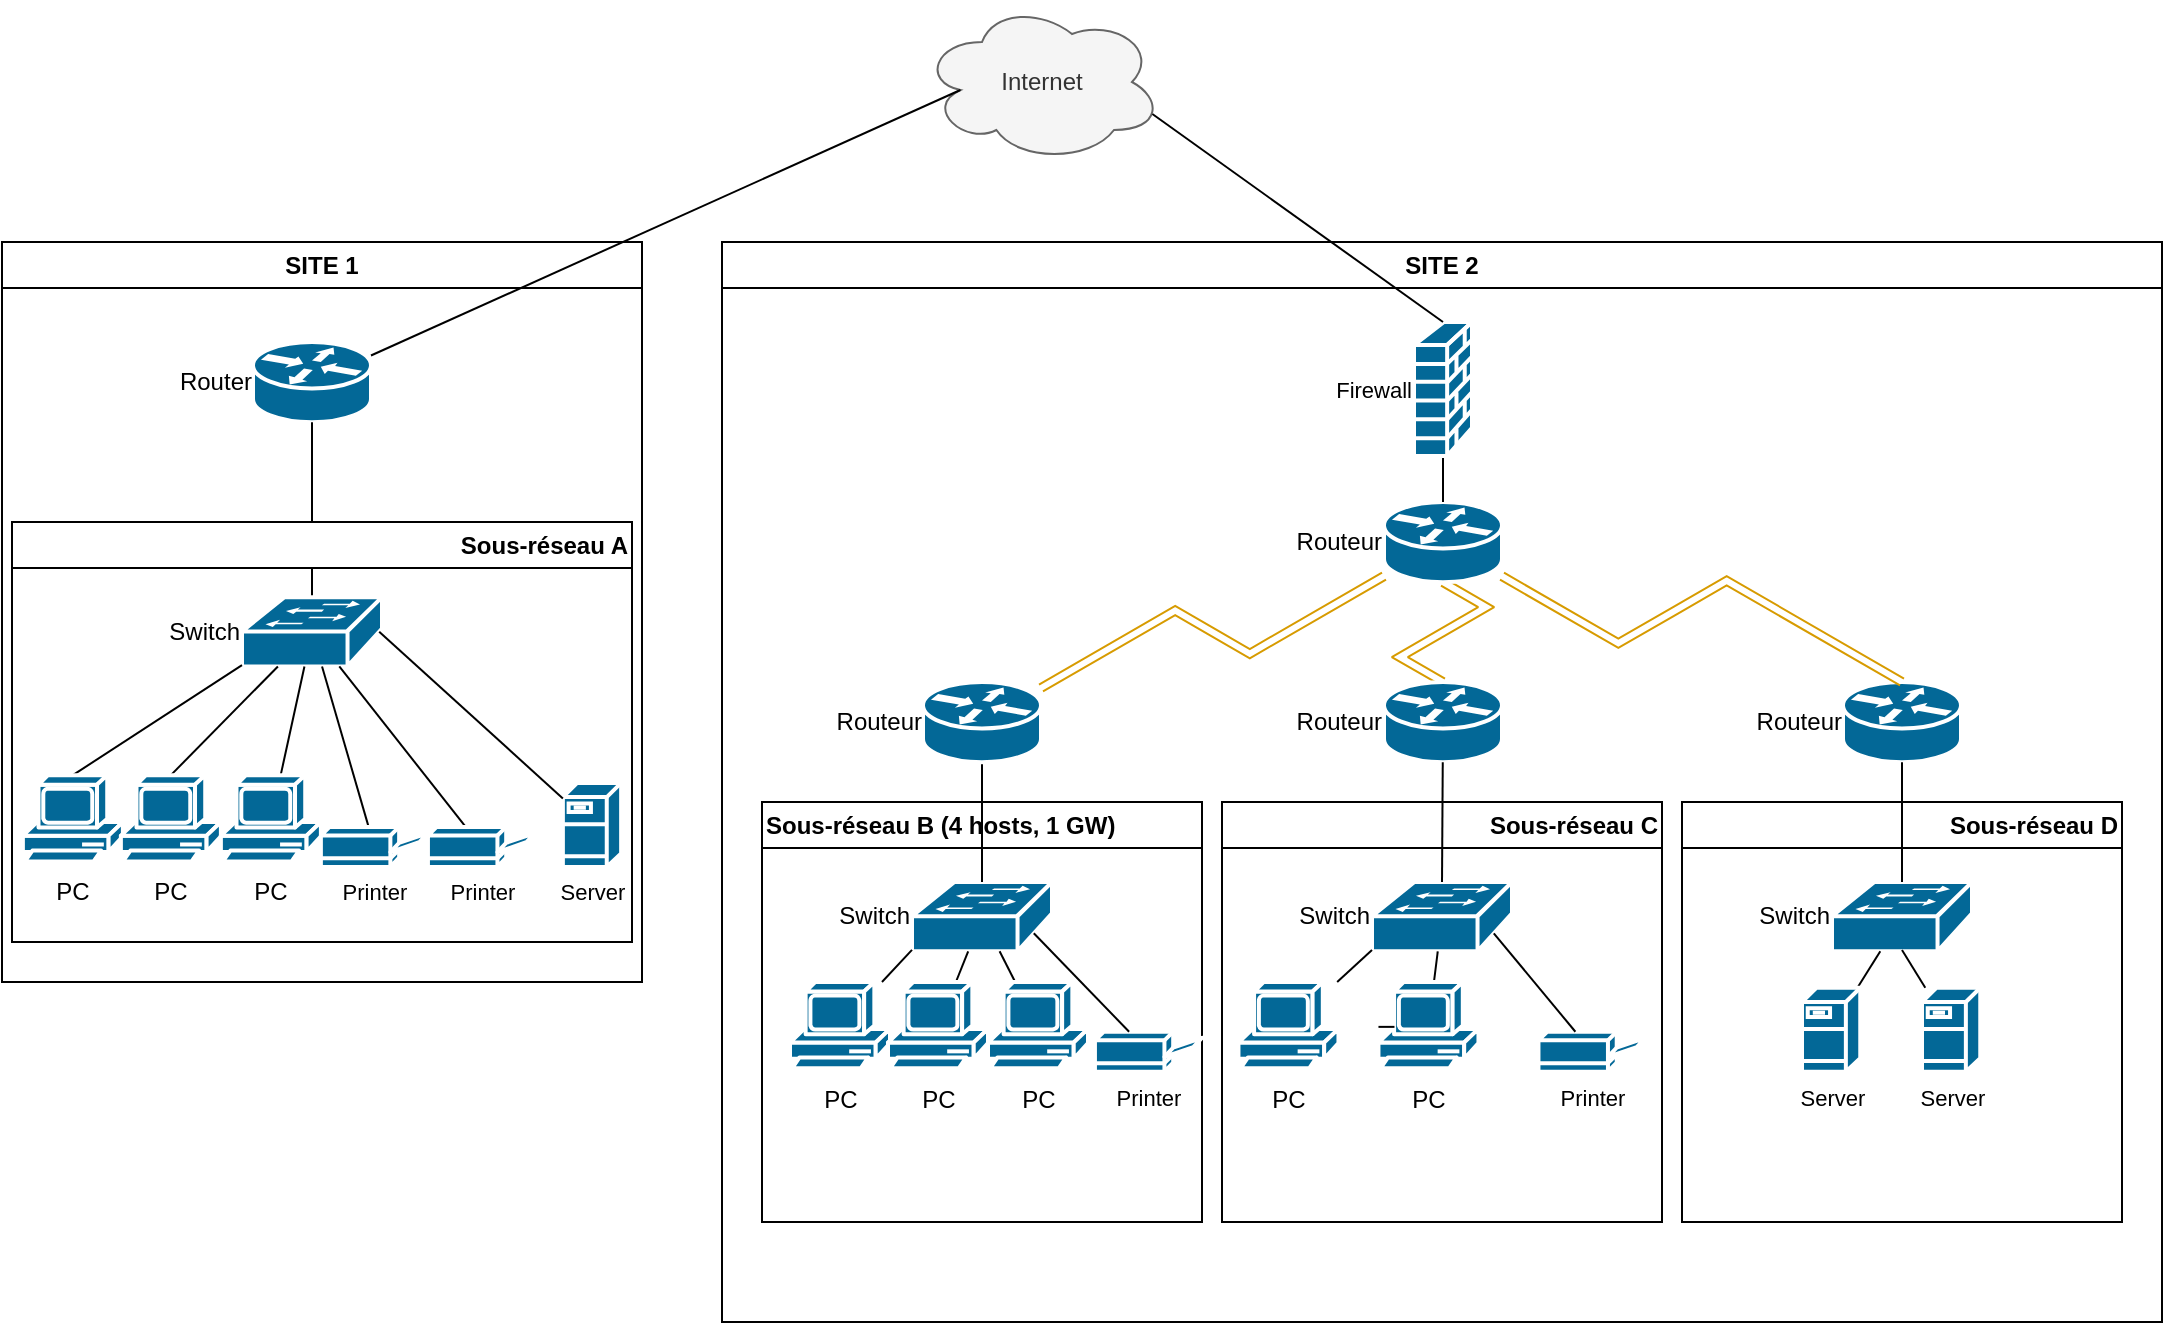
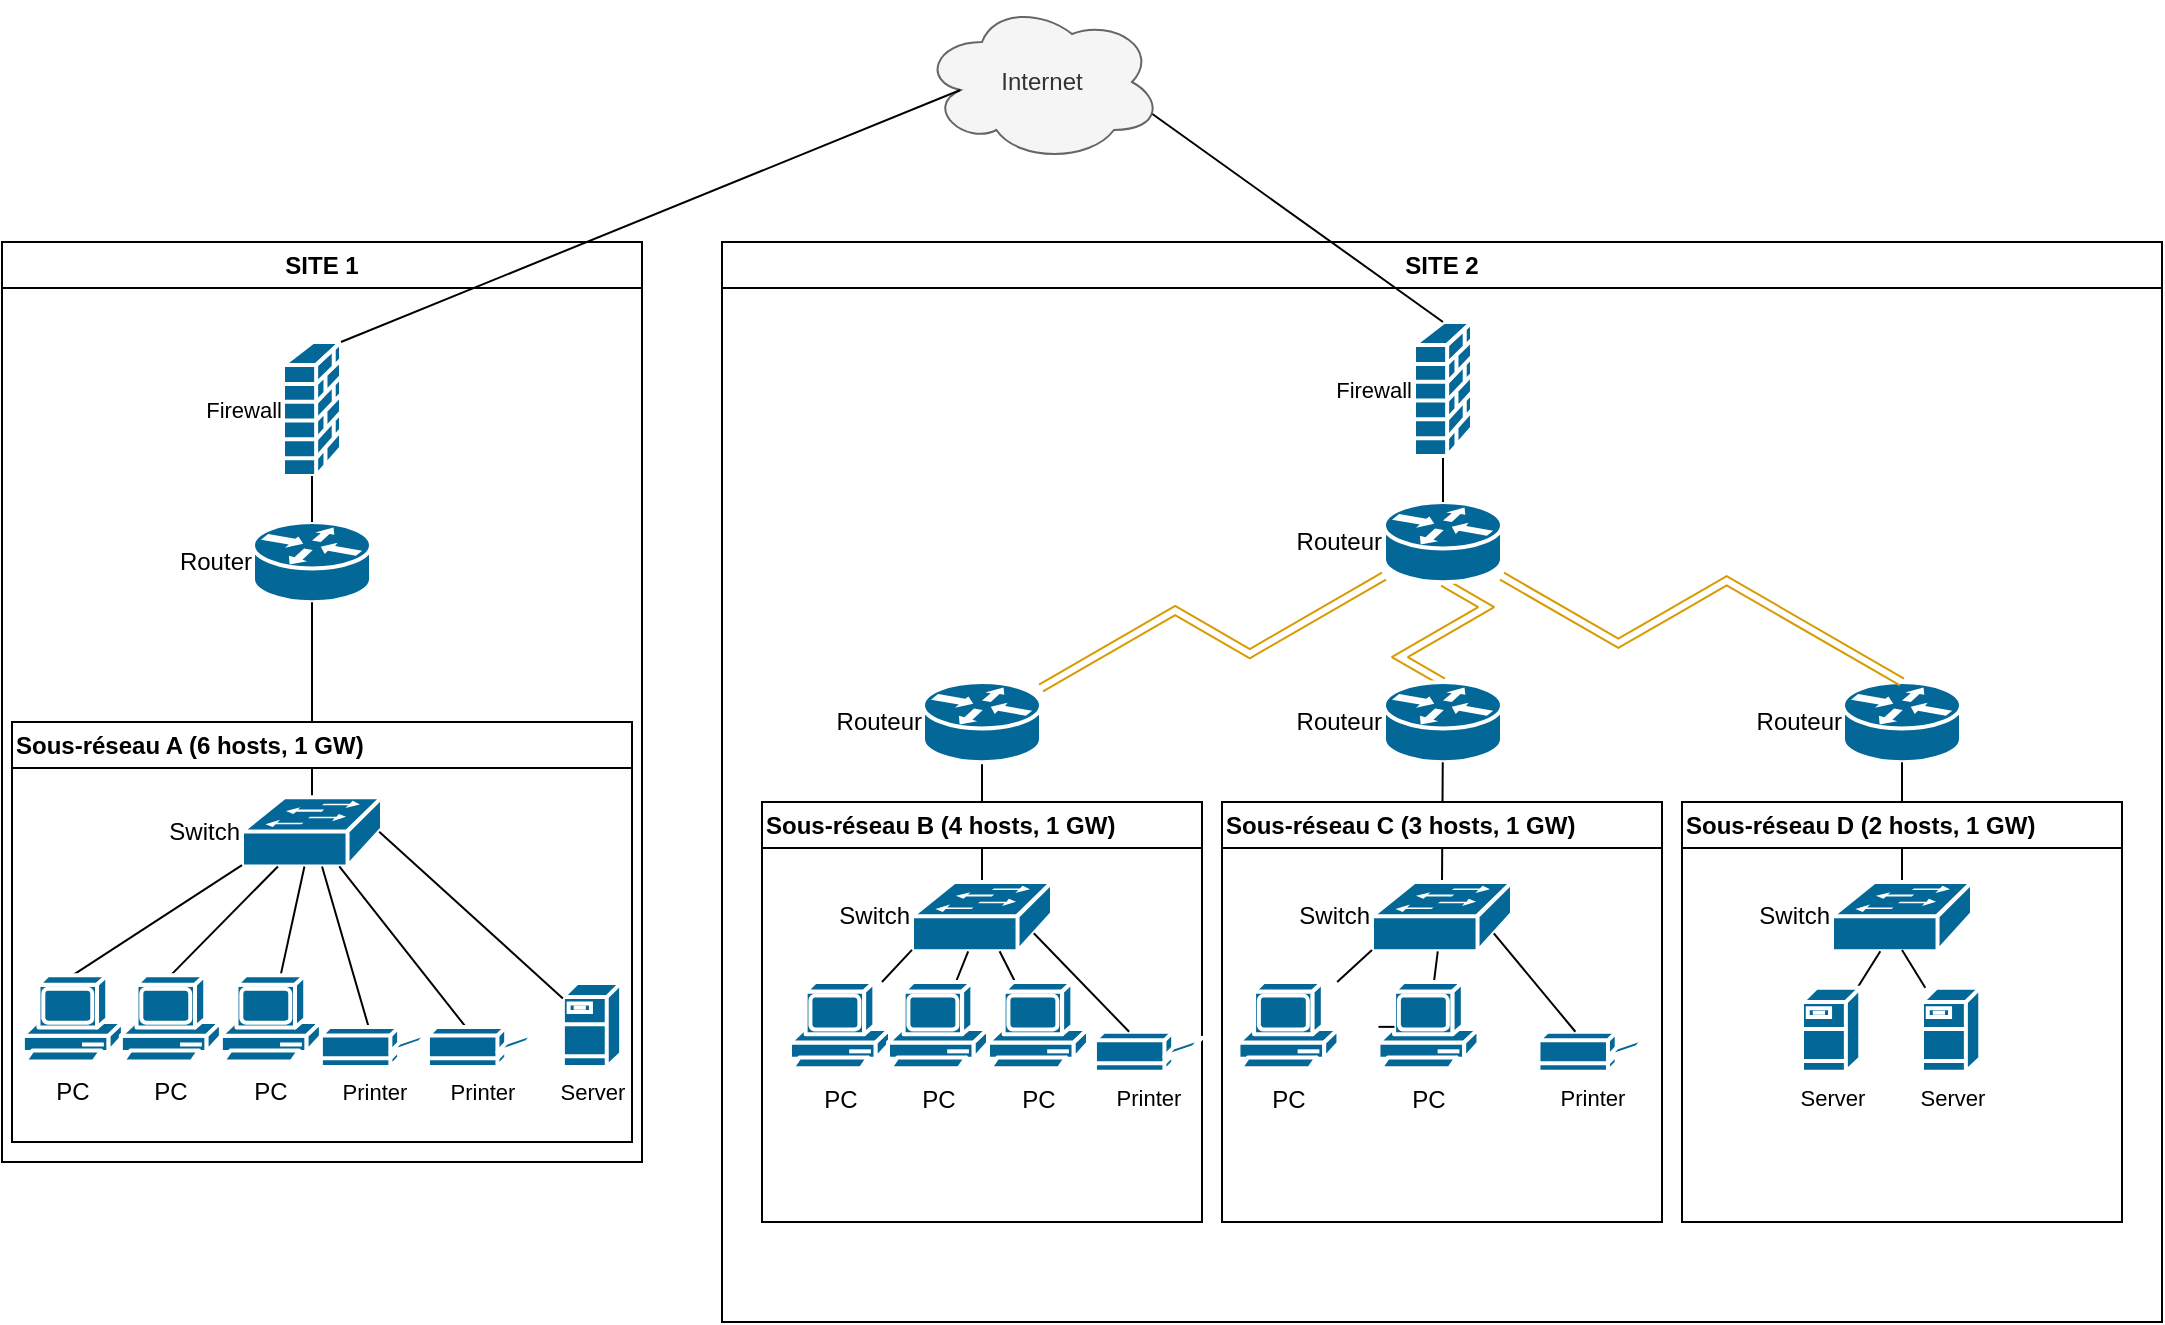
<mxfile host="app.diagrams.net">
  <diagram name="Page-1" id="ekn4VuCVdfrbBKzGEbSc">
-     <mxGraphModel dx="912" dy="449" grid="1" gridSize="10" guides="1" tooltips="1" connect="1" arrows="1" fold="1" page="1" pageScale="1" pageWidth="827" pageHeight="1169" math="0" shadow="0">
+     <mxGraphModel dx="1768" dy="870" grid="1" gridSize="10" guides="1" tooltips="1" connect="1" arrows="1" fold="1" page="1" pageScale="1" pageWidth="827" pageHeight="1169" math="0" shadow="0">
      <root>
        <mxCell id="0" />
        <mxCell id="1" parent="0" />
        <mxCell id="f7Ks8EoNQ2PZTetNXwv1-2496" parent="1" style="ellipse;shape=cloud;whiteSpace=wrap;html=1;fillColor=#f5f5f5;fontColor=#333333;strokeColor=#666666;" value="Internet" vertex="1">
-           <mxGeometry height="80" width="120" x="480" y="70" as="geometry" />
+           <mxGeometry height="80" width="120" x="730" y="90" as="geometry" />
        </mxCell>
        <mxCell id="f7Ks8EoNQ2PZTetNXwv1-2497" parent="1" style="swimlane;whiteSpace=wrap;html=1;startSize=23;" value="SITE 1" vertex="1">
-           <mxGeometry height="370" width="320" x="20" y="190" as="geometry" />
+           <mxGeometry height="460" width="320" x="270" y="210" as="geometry" />
        </mxCell>
        <mxCell id="f7Ks8EoNQ2PZTetNXwv1-2548" parent="f7Ks8EoNQ2PZTetNXwv1-2497" style="strokeColor=#ffffff;sketch=0;html=1;pointerEvents=1;dashed=0;fillColor=#036897;strokeWidth=2;verticalLabelPosition=middle;verticalAlign=middle;align=right;outlineConnect=0;shape=mxgraph.cisco.routers.router;labelBackgroundColor=none;labelPosition=left;" value="Router" vertex="1">
-           <mxGeometry height="40.09" width="59" x="125.5" y="50" as="geometry" />
+           <mxGeometry height="40.09" width="59" x="125.5" y="140" as="geometry" />
        </mxCell>
        <mxCell id="f7Ks8EoNQ2PZTetNXwv1-2555" edge="1" parent="f7Ks8EoNQ2PZTetNXwv1-2497" source="mVMcnRNJooNBmQ9YAk_B-56" style="edgeStyle=orthogonalEdgeStyle;rounded=0;orthogonalLoop=1;jettySize=auto;html=1;entryX=0.5;entryY=1;entryDx=0;entryDy=0;entryPerimeter=0;endArrow=none;endFill=0;" target="f7Ks8EoNQ2PZTetNXwv1-2548">
          <mxGeometry relative="1" as="geometry">
            <mxPoint x="160.0666666666666" y="130" as="sourcePoint" />
          </mxGeometry>
        </mxCell>
-         <mxCell id="mVMcnRNJooNBmQ9YAk_B-55" parent="f7Ks8EoNQ2PZTetNXwv1-2497" style="swimlane;whiteSpace=wrap;html=1;align=right;" value="&lt;div align=&quot;right&quot;&gt;Sous-réseau A&lt;/div&gt;" vertex="1">
-           <mxGeometry height="210" width="310" x="5" y="140" as="geometry" />
+         <mxCell id="mVMcnRNJooNBmQ9YAk_B-55" parent="f7Ks8EoNQ2PZTetNXwv1-2497" style="swimlane;whiteSpace=wrap;html=1;align=left;" value="&lt;div align=&quot;left&quot;&gt;Sous-réseau A (6 hosts, 1 GW)&lt;/div&gt;" vertex="1">
+           <mxGeometry height="210" width="310" x="5" y="240" as="geometry" />
        </mxCell>
        <mxCell id="mVMcnRNJooNBmQ9YAk_B-56" parent="mVMcnRNJooNBmQ9YAk_B-55" style="strokeColor=#ffffff;sketch=0;html=1;pointerEvents=1;dashed=0;fillColor=#036897;strokeWidth=2;verticalLabelPosition=middle;verticalAlign=middle;align=right;outlineConnect=0;shape=mxgraph.cisco.switches.workgroup_switch;labelPosition=left;" value="Switch" vertex="1">
          <mxGeometry height="34.65" width="70" x="115" y="37.57" as="geometry" />
        </mxCell>
        <mxCell id="mVMcnRNJooNBmQ9YAk_B-57" edge="1" parent="mVMcnRNJooNBmQ9YAk_B-55" source="mVMcnRNJooNBmQ9YAk_B-58" style="rounded=0;orthogonalLoop=1;jettySize=auto;html=1;startArrow=none;startFill=0;endArrow=none;endFill=0;entryX=0;entryY=0.98;entryDx=0;entryDy=0;entryPerimeter=0;exitX=0.5;exitY=0;exitDx=0;exitDy=0;exitPerimeter=0;" target="mVMcnRNJooNBmQ9YAk_B-56">
          <mxGeometry relative="1" as="geometry" />
        </mxCell>
        <mxCell id="mVMcnRNJooNBmQ9YAk_B-58" parent="mVMcnRNJooNBmQ9YAk_B-55" style="sketch=0;html=1;pointerEvents=1;dashed=0;fillColor=#036897;strokeColor=#ffffff;strokeWidth=2;verticalLabelPosition=bottom;verticalAlign=top;align=center;outlineConnect=0;shape=mxgraph.cisco.computers_and_peripherals.pc;" value="PC" vertex="1">
          <mxGeometry height="44.87" width="50" x="5.439999999999997" y="126.57" as="geometry" />
        </mxCell>
        <mxCell id="mVMcnRNJooNBmQ9YAk_B-59" edge="1" parent="mVMcnRNJooNBmQ9YAk_B-55" source="mVMcnRNJooNBmQ9YAk_B-60" style="rounded=0;orthogonalLoop=1;jettySize=auto;html=1;endArrow=none;endFill=0;exitX=0.5;exitY=0;exitDx=0;exitDy=0;exitPerimeter=0;" target="mVMcnRNJooNBmQ9YAk_B-56">
          <mxGeometry relative="1" as="geometry" />
        </mxCell>
        <mxCell id="mVMcnRNJooNBmQ9YAk_B-60" parent="mVMcnRNJooNBmQ9YAk_B-55" style="sketch=0;html=1;pointerEvents=1;dashed=0;fillColor=#036897;strokeColor=#ffffff;strokeWidth=2;verticalLabelPosition=bottom;verticalAlign=top;align=center;outlineConnect=0;shape=mxgraph.cisco.computers_and_peripherals.pc;" value="PC" vertex="1">
          <mxGeometry height="44.87" width="50" x="54.44" y="126.57" as="geometry" />
        </mxCell>
        <mxCell id="mVMcnRNJooNBmQ9YAk_B-61" edge="1" parent="mVMcnRNJooNBmQ9YAk_B-55" source="mVMcnRNJooNBmQ9YAk_B-62" style="edgeStyle=none;shape=connector;rounded=0;orthogonalLoop=1;jettySize=auto;html=1;strokeColor=default;align=center;verticalAlign=middle;fontFamily=Helvetica;fontSize=11;fontColor=default;labelBackgroundColor=default;endArrow=none;endFill=0;" target="mVMcnRNJooNBmQ9YAk_B-56">
          <mxGeometry relative="1" as="geometry" />
        </mxCell>
        <mxCell id="mVMcnRNJooNBmQ9YAk_B-62" parent="mVMcnRNJooNBmQ9YAk_B-55" style="sketch=0;html=1;pointerEvents=1;dashed=0;fillColor=#036897;strokeColor=#ffffff;strokeWidth=2;verticalLabelPosition=bottom;verticalAlign=top;align=center;outlineConnect=0;shape=mxgraph.cisco.computers_and_peripherals.pc;" value="PC" vertex="1">
          <mxGeometry height="44.87" width="50" x="104.44" y="126.57" as="geometry" />
        </mxCell>
        <mxCell id="mVMcnRNJooNBmQ9YAk_B-63" edge="1" parent="mVMcnRNJooNBmQ9YAk_B-55" source="mVMcnRNJooNBmQ9YAk_B-64" style="edgeStyle=none;shape=connector;rounded=0;orthogonalLoop=1;jettySize=auto;html=1;strokeColor=default;align=center;verticalAlign=middle;fontFamily=Helvetica;fontSize=11;fontColor=default;labelBackgroundColor=default;endArrow=none;endFill=0;" target="mVMcnRNJooNBmQ9YAk_B-56">
          <mxGeometry relative="1" as="geometry" />
        </mxCell>
        <mxCell id="mVMcnRNJooNBmQ9YAk_B-64" parent="mVMcnRNJooNBmQ9YAk_B-55" style="sketch=0;html=1;pointerEvents=1;dashed=0;fillColor=#036897;strokeColor=#ffffff;strokeWidth=2;verticalLabelPosition=bottom;verticalAlign=top;align=center;outlineConnect=0;shape=mxgraph.cisco.computers_and_peripherals.printer;fontFamily=Helvetica;fontSize=11;fontColor=default;labelBackgroundColor=default;" value="Printer" vertex="1">
          <mxGeometry height="20" width="53.53" x="207.96999999999997" y="152.44" as="geometry" />
        </mxCell>
        <mxCell id="mVMcnRNJooNBmQ9YAk_B-65" edge="1" parent="mVMcnRNJooNBmQ9YAk_B-55" source="mVMcnRNJooNBmQ9YAk_B-66" style="edgeStyle=none;shape=connector;rounded=0;orthogonalLoop=1;jettySize=auto;html=1;strokeColor=default;align=center;verticalAlign=middle;fontFamily=Helvetica;fontSize=11;fontColor=default;labelBackgroundColor=default;endArrow=none;endFill=0;" target="mVMcnRNJooNBmQ9YAk_B-56">
          <mxGeometry relative="1" as="geometry" />
        </mxCell>
        <mxCell id="mVMcnRNJooNBmQ9YAk_B-66" parent="mVMcnRNJooNBmQ9YAk_B-55" style="sketch=0;html=1;pointerEvents=1;dashed=0;fillColor=#036897;strokeColor=#ffffff;strokeWidth=2;verticalLabelPosition=bottom;verticalAlign=top;align=center;outlineConnect=0;shape=mxgraph.cisco.computers_and_peripherals.printer;fontFamily=Helvetica;fontSize=11;fontColor=default;labelBackgroundColor=default;" value="Printer" vertex="1">
          <mxGeometry height="20" width="53.53" x="154.44" y="152.44" as="geometry" />
        </mxCell>
        <mxCell id="mVMcnRNJooNBmQ9YAk_B-67" parent="mVMcnRNJooNBmQ9YAk_B-55" style="strokeColor=#ffffff;sketch=0;html=1;pointerEvents=1;dashed=0;fillColor=#036897;strokeWidth=2;verticalLabelPosition=bottom;verticalAlign=top;align=center;outlineConnect=0;shape=mxgraph.cisco.servers.fileserver;fontFamily=Helvetica;fontSize=11;fontColor=default;labelBackgroundColor=default;" value="Server" vertex="1">
          <mxGeometry height="42" width="29.13" x="275.44" y="130.44" as="geometry" />
        </mxCell>
        <mxCell id="mVMcnRNJooNBmQ9YAk_B-68" edge="1" parent="mVMcnRNJooNBmQ9YAk_B-55" source="mVMcnRNJooNBmQ9YAk_B-67" style="edgeStyle=none;shape=connector;rounded=0;orthogonalLoop=1;jettySize=auto;html=1;entryX=0.98;entryY=0.5;entryDx=0;entryDy=0;entryPerimeter=0;strokeColor=default;align=center;verticalAlign=middle;fontFamily=Helvetica;fontSize=11;fontColor=default;labelBackgroundColor=default;endArrow=none;endFill=0;" target="mVMcnRNJooNBmQ9YAk_B-56">
          <mxGeometry relative="1" as="geometry" />
        </mxCell>
+         <mxCell id="mVMcnRNJooNBmQ9YAk_B-94" parent="f7Ks8EoNQ2PZTetNXwv1-2497" style="strokeColor=#ffffff;sketch=0;html=1;pointerEvents=1;dashed=0;fillColor=#036897;strokeWidth=2;verticalLabelPosition=middle;verticalAlign=middle;align=right;outlineConnect=0;shape=mxgraph.cisco.security.firewall;fontFamily=Helvetica;fontSize=11;fontColor=default;labelBackgroundColor=default;labelPosition=left;" value="Firewall" vertex="1">
+           <mxGeometry height="67" width="28.999999999999996" x="140.5" y="50" as="geometry" />
+         </mxCell>
+         <mxCell id="mVMcnRNJooNBmQ9YAk_B-96" edge="1" parent="f7Ks8EoNQ2PZTetNXwv1-2497" source="f7Ks8EoNQ2PZTetNXwv1-2548" style="edgeStyle=none;shape=connector;rounded=0;orthogonalLoop=1;jettySize=auto;html=1;entryX=0.5;entryY=1;entryDx=0;entryDy=0;entryPerimeter=0;strokeColor=default;align=center;verticalAlign=middle;fontFamily=Helvetica;fontSize=11;fontColor=default;labelBackgroundColor=default;endArrow=none;endFill=0;" target="mVMcnRNJooNBmQ9YAk_B-94">
+           <mxGeometry relative="1" as="geometry" />
+         </mxCell>
        <mxCell id="f7Ks8EoNQ2PZTetNXwv1-2513" parent="1" style="swimlane;whiteSpace=wrap;html=1;startSize=23;" value="SITE 2" vertex="1">
-           <mxGeometry height="540" width="720" x="380" y="190" as="geometry">
+           <mxGeometry height="540" width="720" x="630" y="210" as="geometry">
            <mxRectangle height="30" width="80" x="380" y="190" as="alternateBounds" />
          </mxGeometry>
-         </mxCell>
-         <mxCell id="f7Ks8EoNQ2PZTetNXwv1-2515" parent="f7Ks8EoNQ2PZTetNXwv1-2513" style="swimlane;whiteSpace=wrap;html=1;align=left;" value="&lt;div align=&quot;left&quot;&gt;Sous-réseau B (4 hosts, 1 GW)&lt;/div&gt;" vertex="1">
-           <mxGeometry height="210" width="220" x="20" y="280" as="geometry" />
-         </mxCell>
-         <mxCell id="f7Ks8EoNQ2PZTetNXwv1-2570" parent="f7Ks8EoNQ2PZTetNXwv1-2515" style="strokeColor=#ffffff;sketch=0;html=1;pointerEvents=1;dashed=0;fillColor=#036897;strokeWidth=2;verticalLabelPosition=middle;verticalAlign=middle;align=right;outlineConnect=0;shape=mxgraph.cisco.switches.workgroup_switch;labelPosition=left;" value="Switch" vertex="1">
-           <mxGeometry height="34.65" width="70" x="75" y="40" as="geometry" />
-         </mxCell>
-         <mxCell id="f7Ks8EoNQ2PZTetNXwv1-2576" parent="f7Ks8EoNQ2PZTetNXwv1-2515" style="sketch=0;html=1;pointerEvents=1;dashed=0;fillColor=#036897;strokeColor=#ffffff;strokeWidth=2;verticalLabelPosition=bottom;verticalAlign=top;align=center;outlineConnect=0;shape=mxgraph.cisco.computers_and_peripherals.pc;" value="PC" vertex="1">
-           <mxGeometry height="44.87" width="50" x="14" y="90" as="geometry" />
-         </mxCell>
-         <mxCell id="f7Ks8EoNQ2PZTetNXwv1-2587" edge="1" parent="f7Ks8EoNQ2PZTetNXwv1-2515" source="f7Ks8EoNQ2PZTetNXwv1-2577" style="edgeStyle=none;shape=connector;rounded=0;orthogonalLoop=1;jettySize=auto;html=1;strokeColor=default;align=center;verticalAlign=middle;fontFamily=Helvetica;fontSize=11;fontColor=default;labelBackgroundColor=default;endArrow=none;endFill=0;" target="f7Ks8EoNQ2PZTetNXwv1-2570" value="">
-           <mxGeometry relative="1" as="geometry" />
-         </mxCell>
-         <mxCell id="f7Ks8EoNQ2PZTetNXwv1-2577" parent="f7Ks8EoNQ2PZTetNXwv1-2515" style="sketch=0;html=1;pointerEvents=1;dashed=0;fillColor=#036897;strokeColor=#ffffff;strokeWidth=2;verticalLabelPosition=bottom;verticalAlign=top;align=center;outlineConnect=0;shape=mxgraph.cisco.computers_and_peripherals.pc;" value="PC" vertex="1">
-           <mxGeometry height="44.87" width="50" x="63" y="90" as="geometry" />
-         </mxCell>
-         <mxCell id="f7Ks8EoNQ2PZTetNXwv1-2588" edge="1" parent="f7Ks8EoNQ2PZTetNXwv1-2515" source="f7Ks8EoNQ2PZTetNXwv1-2578" style="edgeStyle=none;shape=connector;rounded=0;orthogonalLoop=1;jettySize=auto;html=1;strokeColor=default;align=center;verticalAlign=middle;fontFamily=Helvetica;fontSize=11;fontColor=default;labelBackgroundColor=default;endArrow=none;endFill=0;" target="f7Ks8EoNQ2PZTetNXwv1-2570">
-           <mxGeometry relative="1" as="geometry" />
-         </mxCell>
-         <mxCell id="f7Ks8EoNQ2PZTetNXwv1-2578" parent="f7Ks8EoNQ2PZTetNXwv1-2515" style="sketch=0;html=1;pointerEvents=1;dashed=0;fillColor=#036897;strokeColor=#ffffff;strokeWidth=2;verticalLabelPosition=bottom;verticalAlign=top;align=center;outlineConnect=0;shape=mxgraph.cisco.computers_and_peripherals.pc;" value="PC" vertex="1">
-           <mxGeometry height="44.87" width="50" x="113" y="90" as="geometry" />
-         </mxCell>
-         <mxCell id="f7Ks8EoNQ2PZTetNXwv1-2583" parent="f7Ks8EoNQ2PZTetNXwv1-2515" style="sketch=0;html=1;pointerEvents=1;dashed=0;fillColor=#036897;strokeColor=#ffffff;strokeWidth=2;verticalLabelPosition=bottom;verticalAlign=top;align=center;outlineConnect=0;shape=mxgraph.cisco.computers_and_peripherals.printer;fontFamily=Helvetica;fontSize=11;fontColor=default;labelBackgroundColor=default;" value="Printer" vertex="1">
-           <mxGeometry height="20" width="53.53" x="166.47000000000003" y="114.87" as="geometry" />
-         </mxCell>
-         <mxCell id="f7Ks8EoNQ2PZTetNXwv1-2586" edge="1" parent="f7Ks8EoNQ2PZTetNXwv1-2515" source="f7Ks8EoNQ2PZTetNXwv1-2576" style="edgeStyle=none;shape=connector;rounded=0;orthogonalLoop=1;jettySize=auto;html=1;entryX=0;entryY=0.98;entryDx=0;entryDy=0;entryPerimeter=0;strokeColor=default;align=center;verticalAlign=middle;fontFamily=Helvetica;fontSize=11;fontColor=default;labelBackgroundColor=default;endArrow=none;endFill=0;" target="f7Ks8EoNQ2PZTetNXwv1-2570">
-           <mxGeometry relative="1" as="geometry" />
-         </mxCell>
-         <mxCell id="f7Ks8EoNQ2PZTetNXwv1-2589" edge="1" parent="f7Ks8EoNQ2PZTetNXwv1-2515" source="f7Ks8EoNQ2PZTetNXwv1-2583" style="edgeStyle=none;shape=connector;rounded=0;orthogonalLoop=1;jettySize=auto;html=1;entryX=0.87;entryY=0.74;entryDx=0;entryDy=0;entryPerimeter=0;strokeColor=default;align=center;verticalAlign=middle;fontFamily=Helvetica;fontSize=11;fontColor=default;labelBackgroundColor=default;endArrow=none;endFill=0;" target="f7Ks8EoNQ2PZTetNXwv1-2570">
-           <mxGeometry relative="1" as="geometry" />
-         </mxCell>
-         <mxCell id="f7Ks8EoNQ2PZTetNXwv1-2526" parent="f7Ks8EoNQ2PZTetNXwv1-2513" style="swimlane;whiteSpace=wrap;html=1;align=right;" value="&lt;div align=&quot;right&quot;&gt;Sous-réseau C&lt;/div&gt;" vertex="1">
-           <mxGeometry height="210" width="220" x="250" y="280" as="geometry" />
-         </mxCell>
-         <mxCell id="f7Ks8EoNQ2PZTetNXwv1-2571" parent="f7Ks8EoNQ2PZTetNXwv1-2526" style="strokeColor=#ffffff;sketch=0;html=1;pointerEvents=1;dashed=0;fillColor=#036897;strokeWidth=2;verticalLabelPosition=middle;verticalAlign=middle;align=right;outlineConnect=0;shape=mxgraph.cisco.switches.workgroup_switch;labelPosition=left;" value="Switch" vertex="1">
-           <mxGeometry height="34.65" width="70" x="75" y="40" as="geometry" />
-         </mxCell>
-         <mxCell id="f7Ks8EoNQ2PZTetNXwv1-2590" edge="1" parent="f7Ks8EoNQ2PZTetNXwv1-2526" source="f7Ks8EoNQ2PZTetNXwv1-2579" style="edgeStyle=none;shape=connector;rounded=0;orthogonalLoop=1;jettySize=auto;html=1;strokeColor=default;align=center;verticalAlign=middle;fontFamily=Helvetica;fontSize=11;fontColor=default;labelBackgroundColor=default;endArrow=none;endFill=0;entryX=0;entryY=0.98;entryDx=0;entryDy=0;entryPerimeter=0;" target="f7Ks8EoNQ2PZTetNXwv1-2571">
-           <mxGeometry relative="1" as="geometry" />
-         </mxCell>
-         <mxCell id="f7Ks8EoNQ2PZTetNXwv1-2579" parent="f7Ks8EoNQ2PZTetNXwv1-2526" style="sketch=0;html=1;pointerEvents=1;dashed=0;fillColor=#036897;strokeColor=#ffffff;strokeWidth=2;verticalLabelPosition=bottom;verticalAlign=top;align=center;outlineConnect=0;shape=mxgraph.cisco.computers_and_peripherals.pc;" value="PC" vertex="1">
-           <mxGeometry height="44.87" width="50" x="8.23" y="90" as="geometry" />
-         </mxCell>
-         <mxCell id="f7Ks8EoNQ2PZTetNXwv1-2591" edge="1" parent="f7Ks8EoNQ2PZTetNXwv1-2526" source="f7Ks8EoNQ2PZTetNXwv1-2580" style="edgeStyle=none;shape=connector;rounded=0;orthogonalLoop=1;jettySize=auto;html=1;strokeColor=default;align=center;verticalAlign=middle;fontFamily=Helvetica;fontSize=11;fontColor=default;labelBackgroundColor=default;endArrow=none;endFill=0;" target="f7Ks8EoNQ2PZTetNXwv1-2571">
-           <mxGeometry relative="1" as="geometry" />
-         </mxCell>
-         <mxCell id="f7Ks8EoNQ2PZTetNXwv1-2580" parent="f7Ks8EoNQ2PZTetNXwv1-2526" style="sketch=0;html=1;pointerEvents=1;dashed=0;fillColor=#036897;strokeColor=#ffffff;strokeWidth=2;verticalLabelPosition=bottom;verticalAlign=top;align=center;outlineConnect=0;shape=mxgraph.cisco.computers_and_peripherals.pc;" value="PC" vertex="1">
-           <mxGeometry height="44.87" width="50" x="78.23" y="90" as="geometry" />
-         </mxCell>
-         <mxCell id="f7Ks8EoNQ2PZTetNXwv1-2582" edge="1" parent="f7Ks8EoNQ2PZTetNXwv1-2526" source="f7Ks8EoNQ2PZTetNXwv1-2580" style="edgeStyle=none;shape=connector;rounded=0;orthogonalLoop=1;jettySize=auto;html=1;exitX=0.16;exitY=0.5;exitDx=0;exitDy=0;exitPerimeter=0;strokeColor=default;align=center;verticalAlign=middle;fontFamily=Helvetica;fontSize=11;fontColor=default;labelBackgroundColor=default;endArrow=none;endFill=0;" target="f7Ks8EoNQ2PZTetNXwv1-2580">
-           <mxGeometry relative="1" as="geometry" />
-         </mxCell>
-         <mxCell id="f7Ks8EoNQ2PZTetNXwv1-2584" parent="f7Ks8EoNQ2PZTetNXwv1-2526" style="sketch=0;html=1;pointerEvents=1;dashed=0;fillColor=#036897;strokeColor=#ffffff;strokeWidth=2;verticalLabelPosition=bottom;verticalAlign=top;align=center;outlineConnect=0;shape=mxgraph.cisco.computers_and_peripherals.printer;fontFamily=Helvetica;fontSize=11;fontColor=default;labelBackgroundColor=default;" value="Printer" vertex="1">
-           <mxGeometry height="20" width="53.53" x="158.23" y="114.87" as="geometry" />
-         </mxCell>
-         <mxCell id="f7Ks8EoNQ2PZTetNXwv1-2592" edge="1" parent="f7Ks8EoNQ2PZTetNXwv1-2526" source="f7Ks8EoNQ2PZTetNXwv1-2584" style="edgeStyle=none;shape=connector;rounded=0;orthogonalLoop=1;jettySize=auto;html=1;entryX=0.87;entryY=0.74;entryDx=0;entryDy=0;entryPerimeter=0;strokeColor=default;align=center;verticalAlign=middle;fontFamily=Helvetica;fontSize=11;fontColor=default;labelBackgroundColor=default;endArrow=none;endFill=0;" target="f7Ks8EoNQ2PZTetNXwv1-2571">
-           <mxGeometry relative="1" as="geometry" />
-         </mxCell>
-         <mxCell id="f7Ks8EoNQ2PZTetNXwv1-2537" parent="f7Ks8EoNQ2PZTetNXwv1-2513" style="swimlane;whiteSpace=wrap;html=1;align=right;" value="&lt;div align=&quot;right&quot;&gt;Sous-réseau D&lt;/div&gt;" vertex="1">
-           <mxGeometry height="210" width="220" x="480" y="280" as="geometry" />
-         </mxCell>
-         <mxCell id="f7Ks8EoNQ2PZTetNXwv1-2572" parent="f7Ks8EoNQ2PZTetNXwv1-2537" style="strokeColor=#ffffff;sketch=0;html=1;pointerEvents=1;dashed=0;fillColor=#036897;strokeWidth=2;verticalLabelPosition=middle;verticalAlign=middle;align=right;outlineConnect=0;shape=mxgraph.cisco.switches.workgroup_switch;labelPosition=left;" value="Switch" vertex="1">
-           <mxGeometry height="34.65" width="70" x="75" y="40" as="geometry" />
-         </mxCell>
-         <mxCell id="f7Ks8EoNQ2PZTetNXwv1-2595" edge="1" parent="f7Ks8EoNQ2PZTetNXwv1-2537" source="f7Ks8EoNQ2PZTetNXwv1-2594" style="edgeStyle=none;shape=connector;rounded=0;orthogonalLoop=1;jettySize=auto;html=1;strokeColor=default;align=center;verticalAlign=middle;fontFamily=Helvetica;fontSize=11;fontColor=default;labelBackgroundColor=default;endArrow=none;endFill=0;" target="f7Ks8EoNQ2PZTetNXwv1-2572">
-           <mxGeometry relative="1" as="geometry" />
-         </mxCell>
-         <mxCell id="f7Ks8EoNQ2PZTetNXwv1-2594" parent="f7Ks8EoNQ2PZTetNXwv1-2537" style="strokeColor=#ffffff;sketch=0;html=1;pointerEvents=1;dashed=0;fillColor=#036897;strokeWidth=2;verticalLabelPosition=bottom;verticalAlign=top;align=center;outlineConnect=0;shape=mxgraph.cisco.servers.fileserver;fontFamily=Helvetica;fontSize=11;fontColor=default;labelBackgroundColor=default;" value="Server" vertex="1">
-           <mxGeometry height="42" width="29.13" x="60" y="92.87" as="geometry" />
-         </mxCell>
-         <mxCell id="f7Ks8EoNQ2PZTetNXwv1-2593" parent="f7Ks8EoNQ2PZTetNXwv1-2537" style="strokeColor=#ffffff;sketch=0;html=1;pointerEvents=1;dashed=0;fillColor=#036897;strokeWidth=2;verticalLabelPosition=bottom;verticalAlign=top;align=center;outlineConnect=0;shape=mxgraph.cisco.servers.fileserver;fontFamily=Helvetica;fontSize=11;fontColor=default;labelBackgroundColor=default;" value="Server" vertex="1">
-           <mxGeometry height="42" width="29.13" x="120" y="92.87" as="geometry" />
-         </mxCell>
-         <mxCell id="f7Ks8EoNQ2PZTetNXwv1-2596" edge="1" parent="f7Ks8EoNQ2PZTetNXwv1-2537" source="f7Ks8EoNQ2PZTetNXwv1-2593" style="edgeStyle=none;shape=connector;rounded=0;orthogonalLoop=1;jettySize=auto;html=1;entryX=0.5;entryY=0.98;entryDx=0;entryDy=0;entryPerimeter=0;strokeColor=default;align=center;verticalAlign=middle;fontFamily=Helvetica;fontSize=11;fontColor=default;labelBackgroundColor=default;endArrow=none;endFill=0;" target="f7Ks8EoNQ2PZTetNXwv1-2572">
-           <mxGeometry relative="1" as="geometry" />
        </mxCell>
        <mxCell id="mVMcnRNJooNBmQ9YAk_B-15" edge="1" parent="f7Ks8EoNQ2PZTetNXwv1-2513" source="f7Ks8EoNQ2PZTetNXwv1-2563" style="edgeStyle=isometricEdgeStyle;shape=link;rounded=0;orthogonalLoop=1;jettySize=auto;html=1;strokeColor=#d79b00;align=center;verticalAlign=middle;fontFamily=Helvetica;fontSize=11;fontColor=default;labelBackgroundColor=default;endArrow=none;endFill=0;jumpStyle=sharp;shadow=0;flowAnimation=0;fillColor=#ffe6cc;" target="mVMcnRNJooNBmQ9YAk_B-2">
          <mxGeometry relative="1" as="geometry" />
        </mxCell>
        <mxCell id="mVMcnRNJooNBmQ9YAk_B-17" edge="1" parent="f7Ks8EoNQ2PZTetNXwv1-2513" source="f7Ks8EoNQ2PZTetNXwv1-2563" style="edgeStyle=isometricEdgeStyle;shape=link;rounded=0;orthogonalLoop=1;jettySize=auto;html=1;strokeColor=#d79b00;align=center;verticalAlign=middle;fontFamily=Helvetica;fontSize=11;fontColor=default;labelBackgroundColor=default;endArrow=none;endFill=0;exitX=0.5;exitY=1;exitDx=0;exitDy=0;exitPerimeter=0;elbow=vertical;entryX=0.5;entryY=0;entryDx=0;entryDy=0;entryPerimeter=0;fillColor=#ffe6cc;" target="mVMcnRNJooNBmQ9YAk_B-3">
          <mxGeometry relative="1" as="geometry" />
        </mxCell>
        <mxCell id="f7Ks8EoNQ2PZTetNXwv1-2563" parent="f7Ks8EoNQ2PZTetNXwv1-2513" style="strokeColor=#ffffff;sketch=0;html=1;pointerEvents=1;dashed=0;fillColor=#036897;strokeWidth=2;verticalLabelPosition=middle;verticalAlign=middle;align=right;outlineConnect=0;shape=mxgraph.cisco.routers.router;labelBackgroundColor=none;labelPosition=left;" value="&lt;span style=&quot;&quot;&gt;Routeur&lt;/span&gt;" vertex="1">
          <mxGeometry height="40.09" width="59" x="331" y="130" as="geometry" />
        </mxCell>
-         <mxCell id="mVMcnRNJooNBmQ9YAk_B-19" edge="1" parent="f7Ks8EoNQ2PZTetNXwv1-2513" source="mVMcnRNJooNBmQ9YAk_B-2" style="edgeStyle=none;shape=connector;rounded=0;orthogonalLoop=1;jettySize=auto;html=1;strokeColor=default;align=center;verticalAlign=middle;fontFamily=Helvetica;fontSize=11;fontColor=default;labelBackgroundColor=default;endArrow=none;endFill=0;" target="f7Ks8EoNQ2PZTetNXwv1-2570">
-           <mxGeometry relative="1" as="geometry" />
+         <mxCell id="mVMcnRNJooNBmQ9YAk_B-19" edge="1" parent="f7Ks8EoNQ2PZTetNXwv1-2513" source="mVMcnRNJooNBmQ9YAk_B-2" style="edgeStyle=none;shape=connector;rounded=0;orthogonalLoop=1;jettySize=auto;html=1;strokeColor=default;align=center;verticalAlign=middle;fontFamily=Helvetica;fontSize=11;fontColor=default;labelBackgroundColor=default;endArrow=none;endFill=0;entryX=0.5;entryY=0;entryDx=0;entryDy=0;entryPerimeter=0;" target="mVMcnRNJooNBmQ9YAk_B-70">
+           <mxGeometry relative="1" as="geometry">
+             <mxPoint x="130" y="320" as="targetPoint" />
+           </mxGeometry>
        </mxCell>
        <mxCell id="mVMcnRNJooNBmQ9YAk_B-2" parent="f7Ks8EoNQ2PZTetNXwv1-2513" style="strokeColor=#ffffff;sketch=0;html=1;pointerEvents=1;dashed=0;fillColor=#036897;strokeWidth=2;verticalLabelPosition=middle;verticalAlign=middle;align=right;outlineConnect=0;shape=mxgraph.cisco.routers.router;labelBackgroundColor=none;labelPosition=left;" value="&lt;span style=&quot;&quot;&gt;Routeur&lt;/span&gt;" vertex="1">
          <mxGeometry height="40.09" width="59" x="100.5" y="220.00000000000003" as="geometry" />
        </mxCell>
        <mxCell id="mVMcnRNJooNBmQ9YAk_B-3" parent="f7Ks8EoNQ2PZTetNXwv1-2513" style="strokeColor=#ffffff;sketch=0;html=1;pointerEvents=1;dashed=0;fillColor=#036897;strokeWidth=2;verticalLabelPosition=middle;verticalAlign=middle;align=right;outlineConnect=0;shape=mxgraph.cisco.routers.router;labelBackgroundColor=none;labelPosition=left;" value="&lt;span style=&quot;&quot;&gt;Routeur&lt;/span&gt;" vertex="1">
          <mxGeometry height="40.09" width="59" x="331" y="220" as="geometry" />
        </mxCell>
        <mxCell id="mVMcnRNJooNBmQ9YAk_B-5" parent="f7Ks8EoNQ2PZTetNXwv1-2513" style="strokeColor=#ffffff;sketch=0;html=1;pointerEvents=1;dashed=0;fillColor=#036897;strokeWidth=2;verticalLabelPosition=middle;verticalAlign=middle;align=right;outlineConnect=0;shape=mxgraph.cisco.routers.router;labelBackgroundColor=none;labelPosition=left;" value="&lt;span style=&quot;&quot;&gt;Routeur&lt;/span&gt;" vertex="1">
          <mxGeometry height="40.09" width="59" x="560.5" y="220" as="geometry" />
        </mxCell>
        <mxCell id="mVMcnRNJooNBmQ9YAk_B-7" edge="1" parent="f7Ks8EoNQ2PZTetNXwv1-2513" source="mVMcnRNJooNBmQ9YAk_B-6" style="edgeStyle=none;shape=connector;rounded=0;orthogonalLoop=1;jettySize=auto;html=1;strokeColor=default;align=center;verticalAlign=middle;fontFamily=Helvetica;fontSize=11;fontColor=default;labelBackgroundColor=default;endArrow=none;endFill=0;" target="f7Ks8EoNQ2PZTetNXwv1-2563">
          <mxGeometry relative="1" as="geometry" />
        </mxCell>
        <mxCell id="mVMcnRNJooNBmQ9YAk_B-6" parent="f7Ks8EoNQ2PZTetNXwv1-2513" style="strokeColor=#ffffff;sketch=0;html=1;pointerEvents=1;dashed=0;fillColor=#036897;strokeWidth=2;verticalLabelPosition=middle;verticalAlign=middle;align=right;outlineConnect=0;shape=mxgraph.cisco.security.firewall;fontFamily=Helvetica;fontSize=11;fontColor=default;labelBackgroundColor=default;labelPosition=left;" value="Firewall" vertex="1">
          <mxGeometry height="67" width="28.999999999999996" x="346" y="40" as="geometry" />
        </mxCell>
        <mxCell id="mVMcnRNJooNBmQ9YAk_B-18" edge="1" parent="f7Ks8EoNQ2PZTetNXwv1-2513" source="f7Ks8EoNQ2PZTetNXwv1-2563" style="edgeStyle=isometricEdgeStyle;shape=link;rounded=0;orthogonalLoop=1;jettySize=auto;html=1;entryX=0.5;entryY=0;entryDx=0;entryDy=0;entryPerimeter=0;strokeColor=#d79b00;align=center;verticalAlign=middle;fontFamily=Helvetica;fontSize=11;fontColor=default;labelBackgroundColor=default;endArrow=none;endFill=0;elbow=vertical;fillColor=#ffe6cc;" target="mVMcnRNJooNBmQ9YAk_B-5">
          <mxGeometry relative="1" as="geometry" />
        </mxCell>
-         <mxCell id="mVMcnRNJooNBmQ9YAk_B-20" edge="1" parent="f7Ks8EoNQ2PZTetNXwv1-2513" source="mVMcnRNJooNBmQ9YAk_B-3" style="edgeStyle=none;shape=connector;rounded=0;orthogonalLoop=1;jettySize=auto;html=1;entryX=0.5;entryY=0;entryDx=0;entryDy=0;entryPerimeter=0;strokeColor=default;align=center;verticalAlign=middle;fontFamily=Helvetica;fontSize=11;fontColor=default;labelBackgroundColor=default;endArrow=none;endFill=0;" target="f7Ks8EoNQ2PZTetNXwv1-2571">
-           <mxGeometry relative="1" as="geometry" />
-         </mxCell>
-         <mxCell id="mVMcnRNJooNBmQ9YAk_B-21" edge="1" parent="f7Ks8EoNQ2PZTetNXwv1-2513" source="mVMcnRNJooNBmQ9YAk_B-5" style="edgeStyle=none;shape=connector;rounded=0;orthogonalLoop=1;jettySize=auto;html=1;entryX=0.5;entryY=0;entryDx=0;entryDy=0;entryPerimeter=0;strokeColor=default;align=center;verticalAlign=middle;fontFamily=Helvetica;fontSize=11;fontColor=default;labelBackgroundColor=default;endArrow=none;endFill=0;" target="f7Ks8EoNQ2PZTetNXwv1-2572">
-           <mxGeometry relative="1" as="geometry" />
-         </mxCell>
-         <mxCell id="f7Ks8EoNQ2PZTetNXwv1-2549" edge="1" parent="1" source="f7Ks8EoNQ2PZTetNXwv1-2548" style="rounded=0;orthogonalLoop=1;jettySize=auto;html=1;entryX=0.16;entryY=0.55;entryDx=0;entryDy=0;entryPerimeter=0;strokeColor=default;endArrow=none;endFill=0;" target="f7Ks8EoNQ2PZTetNXwv1-2496">
+         <mxCell id="mVMcnRNJooNBmQ9YAk_B-20" edge="1" parent="f7Ks8EoNQ2PZTetNXwv1-2513" source="mVMcnRNJooNBmQ9YAk_B-3" style="edgeStyle=none;shape=connector;rounded=0;orthogonalLoop=1;jettySize=auto;html=1;entryX=0.5;entryY=0;entryDx=0;entryDy=0;entryPerimeter=0;strokeColor=default;align=center;verticalAlign=middle;fontFamily=Helvetica;fontSize=11;fontColor=default;labelBackgroundColor=default;endArrow=none;endFill=0;" target="mVMcnRNJooNBmQ9YAk_B-80">
+           <mxGeometry relative="1" as="geometry">
+             <mxPoint x="360" y="320" as="targetPoint" />
+           </mxGeometry>
+         </mxCell>
+         <mxCell id="mVMcnRNJooNBmQ9YAk_B-21" edge="1" parent="f7Ks8EoNQ2PZTetNXwv1-2513" source="mVMcnRNJooNBmQ9YAk_B-5" style="edgeStyle=none;shape=connector;rounded=0;orthogonalLoop=1;jettySize=auto;html=1;entryX=0.5;entryY=0;entryDx=0;entryDy=0;entryPerimeter=0;strokeColor=default;align=center;verticalAlign=middle;fontFamily=Helvetica;fontSize=11;fontColor=default;labelBackgroundColor=default;endArrow=none;endFill=0;" target="mVMcnRNJooNBmQ9YAk_B-89">
+           <mxGeometry relative="1" as="geometry">
+             <mxPoint x="590" y="320" as="targetPoint" />
+           </mxGeometry>
+         </mxCell>
+         <mxCell id="mVMcnRNJooNBmQ9YAk_B-69" parent="f7Ks8EoNQ2PZTetNXwv1-2513" style="swimlane;whiteSpace=wrap;html=1;align=left;" value="&lt;div align=&quot;left&quot;&gt;Sous-réseau B (4 hosts, 1 GW)&lt;/div&gt;" vertex="1">
+           <mxGeometry height="210" width="220" x="20" y="280" as="geometry" />
+         </mxCell>
+         <mxCell id="mVMcnRNJooNBmQ9YAk_B-70" parent="mVMcnRNJooNBmQ9YAk_B-69" style="strokeColor=#ffffff;sketch=0;html=1;pointerEvents=1;dashed=0;fillColor=#036897;strokeWidth=2;verticalLabelPosition=middle;verticalAlign=middle;align=right;outlineConnect=0;shape=mxgraph.cisco.switches.workgroup_switch;labelPosition=left;" value="Switch" vertex="1">
+           <mxGeometry height="34.65" width="70" x="75" y="40" as="geometry" />
+         </mxCell>
+         <mxCell id="mVMcnRNJooNBmQ9YAk_B-71" parent="mVMcnRNJooNBmQ9YAk_B-69" style="sketch=0;html=1;pointerEvents=1;dashed=0;fillColor=#036897;strokeColor=#ffffff;strokeWidth=2;verticalLabelPosition=bottom;verticalAlign=top;align=center;outlineConnect=0;shape=mxgraph.cisco.computers_and_peripherals.pc;" value="PC" vertex="1">
+           <mxGeometry height="44.87" width="50" x="14" y="90" as="geometry" />
+         </mxCell>
+         <mxCell id="mVMcnRNJooNBmQ9YAk_B-72" edge="1" parent="mVMcnRNJooNBmQ9YAk_B-69" source="mVMcnRNJooNBmQ9YAk_B-73" style="edgeStyle=none;shape=connector;rounded=0;orthogonalLoop=1;jettySize=auto;html=1;strokeColor=default;align=center;verticalAlign=middle;fontFamily=Helvetica;fontSize=11;fontColor=default;labelBackgroundColor=default;endArrow=none;endFill=0;" target="mVMcnRNJooNBmQ9YAk_B-70" value="">
+           <mxGeometry relative="1" as="geometry" />
+         </mxCell>
+         <mxCell id="mVMcnRNJooNBmQ9YAk_B-73" parent="mVMcnRNJooNBmQ9YAk_B-69" style="sketch=0;html=1;pointerEvents=1;dashed=0;fillColor=#036897;strokeColor=#ffffff;strokeWidth=2;verticalLabelPosition=bottom;verticalAlign=top;align=center;outlineConnect=0;shape=mxgraph.cisco.computers_and_peripherals.pc;" value="PC" vertex="1">
+           <mxGeometry height="44.87" width="50" x="63" y="90" as="geometry" />
+         </mxCell>
+         <mxCell id="mVMcnRNJooNBmQ9YAk_B-74" edge="1" parent="mVMcnRNJooNBmQ9YAk_B-69" source="mVMcnRNJooNBmQ9YAk_B-75" style="edgeStyle=none;shape=connector;rounded=0;orthogonalLoop=1;jettySize=auto;html=1;strokeColor=default;align=center;verticalAlign=middle;fontFamily=Helvetica;fontSize=11;fontColor=default;labelBackgroundColor=default;endArrow=none;endFill=0;" target="mVMcnRNJooNBmQ9YAk_B-70">
+           <mxGeometry relative="1" as="geometry" />
+         </mxCell>
+         <mxCell id="mVMcnRNJooNBmQ9YAk_B-75" parent="mVMcnRNJooNBmQ9YAk_B-69" style="sketch=0;html=1;pointerEvents=1;dashed=0;fillColor=#036897;strokeColor=#ffffff;strokeWidth=2;verticalLabelPosition=bottom;verticalAlign=top;align=center;outlineConnect=0;shape=mxgraph.cisco.computers_and_peripherals.pc;" value="PC" vertex="1">
+           <mxGeometry height="44.87" width="50" x="113" y="90" as="geometry" />
+         </mxCell>
+         <mxCell id="mVMcnRNJooNBmQ9YAk_B-76" parent="mVMcnRNJooNBmQ9YAk_B-69" style="sketch=0;html=1;pointerEvents=1;dashed=0;fillColor=#036897;strokeColor=#ffffff;strokeWidth=2;verticalLabelPosition=bottom;verticalAlign=top;align=center;outlineConnect=0;shape=mxgraph.cisco.computers_and_peripherals.printer;fontFamily=Helvetica;fontSize=11;fontColor=default;labelBackgroundColor=default;" value="Printer" vertex="1">
+           <mxGeometry height="20" width="53.53" x="166.47000000000003" y="114.87" as="geometry" />
+         </mxCell>
+         <mxCell id="mVMcnRNJooNBmQ9YAk_B-77" edge="1" parent="mVMcnRNJooNBmQ9YAk_B-69" source="mVMcnRNJooNBmQ9YAk_B-71" style="edgeStyle=none;shape=connector;rounded=0;orthogonalLoop=1;jettySize=auto;html=1;entryX=0;entryY=0.98;entryDx=0;entryDy=0;entryPerimeter=0;strokeColor=default;align=center;verticalAlign=middle;fontFamily=Helvetica;fontSize=11;fontColor=default;labelBackgroundColor=default;endArrow=none;endFill=0;" target="mVMcnRNJooNBmQ9YAk_B-70">
+           <mxGeometry relative="1" as="geometry" />
+         </mxCell>
+         <mxCell id="mVMcnRNJooNBmQ9YAk_B-78" edge="1" parent="mVMcnRNJooNBmQ9YAk_B-69" source="mVMcnRNJooNBmQ9YAk_B-76" style="edgeStyle=none;shape=connector;rounded=0;orthogonalLoop=1;jettySize=auto;html=1;entryX=0.87;entryY=0.74;entryDx=0;entryDy=0;entryPerimeter=0;strokeColor=default;align=center;verticalAlign=middle;fontFamily=Helvetica;fontSize=11;fontColor=default;labelBackgroundColor=default;endArrow=none;endFill=0;" target="mVMcnRNJooNBmQ9YAk_B-70">
+           <mxGeometry relative="1" as="geometry" />
+         </mxCell>
+         <mxCell id="mVMcnRNJooNBmQ9YAk_B-79" parent="f7Ks8EoNQ2PZTetNXwv1-2513" style="swimlane;whiteSpace=wrap;html=1;align=left;" value="&lt;div align=&quot;left&quot;&gt;Sous-réseau C (3 hosts, 1 GW)&lt;/div&gt;" vertex="1">
+           <mxGeometry height="210" width="220" x="250" y="280" as="geometry" />
+         </mxCell>
+         <mxCell id="mVMcnRNJooNBmQ9YAk_B-80" parent="mVMcnRNJooNBmQ9YAk_B-79" style="strokeColor=#ffffff;sketch=0;html=1;pointerEvents=1;dashed=0;fillColor=#036897;strokeWidth=2;verticalLabelPosition=middle;verticalAlign=middle;align=right;outlineConnect=0;shape=mxgraph.cisco.switches.workgroup_switch;labelPosition=left;" value="Switch" vertex="1">
+           <mxGeometry height="34.65" width="70" x="75" y="40" as="geometry" />
+         </mxCell>
+         <mxCell id="mVMcnRNJooNBmQ9YAk_B-81" edge="1" parent="mVMcnRNJooNBmQ9YAk_B-79" source="mVMcnRNJooNBmQ9YAk_B-82" style="edgeStyle=none;shape=connector;rounded=0;orthogonalLoop=1;jettySize=auto;html=1;strokeColor=default;align=center;verticalAlign=middle;fontFamily=Helvetica;fontSize=11;fontColor=default;labelBackgroundColor=default;endArrow=none;endFill=0;entryX=0;entryY=0.98;entryDx=0;entryDy=0;entryPerimeter=0;" target="mVMcnRNJooNBmQ9YAk_B-80">
+           <mxGeometry relative="1" as="geometry" />
+         </mxCell>
+         <mxCell id="mVMcnRNJooNBmQ9YAk_B-82" parent="mVMcnRNJooNBmQ9YAk_B-79" style="sketch=0;html=1;pointerEvents=1;dashed=0;fillColor=#036897;strokeColor=#ffffff;strokeWidth=2;verticalLabelPosition=bottom;verticalAlign=top;align=center;outlineConnect=0;shape=mxgraph.cisco.computers_and_peripherals.pc;" value="PC" vertex="1">
+           <mxGeometry height="44.87" width="50" x="8.23" y="90" as="geometry" />
+         </mxCell>
+         <mxCell id="mVMcnRNJooNBmQ9YAk_B-83" edge="1" parent="mVMcnRNJooNBmQ9YAk_B-79" source="mVMcnRNJooNBmQ9YAk_B-84" style="edgeStyle=none;shape=connector;rounded=0;orthogonalLoop=1;jettySize=auto;html=1;strokeColor=default;align=center;verticalAlign=middle;fontFamily=Helvetica;fontSize=11;fontColor=default;labelBackgroundColor=default;endArrow=none;endFill=0;" target="mVMcnRNJooNBmQ9YAk_B-80">
+           <mxGeometry relative="1" as="geometry" />
+         </mxCell>
+         <mxCell id="mVMcnRNJooNBmQ9YAk_B-84" parent="mVMcnRNJooNBmQ9YAk_B-79" style="sketch=0;html=1;pointerEvents=1;dashed=0;fillColor=#036897;strokeColor=#ffffff;strokeWidth=2;verticalLabelPosition=bottom;verticalAlign=top;align=center;outlineConnect=0;shape=mxgraph.cisco.computers_and_peripherals.pc;" value="PC" vertex="1">
+           <mxGeometry height="44.87" width="50" x="78.23" y="90" as="geometry" />
+         </mxCell>
+         <mxCell id="mVMcnRNJooNBmQ9YAk_B-85" edge="1" parent="mVMcnRNJooNBmQ9YAk_B-79" source="mVMcnRNJooNBmQ9YAk_B-84" style="edgeStyle=none;shape=connector;rounded=0;orthogonalLoop=1;jettySize=auto;html=1;exitX=0.16;exitY=0.5;exitDx=0;exitDy=0;exitPerimeter=0;strokeColor=default;align=center;verticalAlign=middle;fontFamily=Helvetica;fontSize=11;fontColor=default;labelBackgroundColor=default;endArrow=none;endFill=0;" target="mVMcnRNJooNBmQ9YAk_B-84">
+           <mxGeometry relative="1" as="geometry" />
+         </mxCell>
+         <mxCell id="mVMcnRNJooNBmQ9YAk_B-86" parent="mVMcnRNJooNBmQ9YAk_B-79" style="sketch=0;html=1;pointerEvents=1;dashed=0;fillColor=#036897;strokeColor=#ffffff;strokeWidth=2;verticalLabelPosition=bottom;verticalAlign=top;align=center;outlineConnect=0;shape=mxgraph.cisco.computers_and_peripherals.printer;fontFamily=Helvetica;fontSize=11;fontColor=default;labelBackgroundColor=default;" value="Printer" vertex="1">
+           <mxGeometry height="20" width="53.53" x="158.23" y="114.87" as="geometry" />
+         </mxCell>
+         <mxCell id="mVMcnRNJooNBmQ9YAk_B-87" edge="1" parent="mVMcnRNJooNBmQ9YAk_B-79" source="mVMcnRNJooNBmQ9YAk_B-86" style="edgeStyle=none;shape=connector;rounded=0;orthogonalLoop=1;jettySize=auto;html=1;entryX=0.87;entryY=0.74;entryDx=0;entryDy=0;entryPerimeter=0;strokeColor=default;align=center;verticalAlign=middle;fontFamily=Helvetica;fontSize=11;fontColor=default;labelBackgroundColor=default;endArrow=none;endFill=0;" target="mVMcnRNJooNBmQ9YAk_B-80">
+           <mxGeometry relative="1" as="geometry" />
+         </mxCell>
+         <mxCell id="mVMcnRNJooNBmQ9YAk_B-88" parent="f7Ks8EoNQ2PZTetNXwv1-2513" style="swimlane;whiteSpace=wrap;html=1;align=left;" value="&lt;div align=&quot;left&quot;&gt;Sous-réseau D (2 hosts, 1 GW)&lt;/div&gt;" vertex="1">
+           <mxGeometry height="210" width="220" x="480" y="280" as="geometry" />
+         </mxCell>
+         <mxCell id="mVMcnRNJooNBmQ9YAk_B-89" parent="mVMcnRNJooNBmQ9YAk_B-88" style="strokeColor=#ffffff;sketch=0;html=1;pointerEvents=1;dashed=0;fillColor=#036897;strokeWidth=2;verticalLabelPosition=middle;verticalAlign=middle;align=right;outlineConnect=0;shape=mxgraph.cisco.switches.workgroup_switch;labelPosition=left;" value="Switch" vertex="1">
+           <mxGeometry height="34.65" width="70" x="75" y="40" as="geometry" />
+         </mxCell>
+         <mxCell id="mVMcnRNJooNBmQ9YAk_B-90" edge="1" parent="mVMcnRNJooNBmQ9YAk_B-88" source="mVMcnRNJooNBmQ9YAk_B-91" style="edgeStyle=none;shape=connector;rounded=0;orthogonalLoop=1;jettySize=auto;html=1;strokeColor=default;align=center;verticalAlign=middle;fontFamily=Helvetica;fontSize=11;fontColor=default;labelBackgroundColor=default;endArrow=none;endFill=0;" target="mVMcnRNJooNBmQ9YAk_B-89">
+           <mxGeometry relative="1" as="geometry" />
+         </mxCell>
+         <mxCell id="mVMcnRNJooNBmQ9YAk_B-91" parent="mVMcnRNJooNBmQ9YAk_B-88" style="strokeColor=#ffffff;sketch=0;html=1;pointerEvents=1;dashed=0;fillColor=#036897;strokeWidth=2;verticalLabelPosition=bottom;verticalAlign=top;align=center;outlineConnect=0;shape=mxgraph.cisco.servers.fileserver;fontFamily=Helvetica;fontSize=11;fontColor=default;labelBackgroundColor=default;" value="Server" vertex="1">
+           <mxGeometry height="42" width="29.13" x="60" y="92.87" as="geometry" />
+         </mxCell>
+         <mxCell id="mVMcnRNJooNBmQ9YAk_B-92" parent="mVMcnRNJooNBmQ9YAk_B-88" style="strokeColor=#ffffff;sketch=0;html=1;pointerEvents=1;dashed=0;fillColor=#036897;strokeWidth=2;verticalLabelPosition=bottom;verticalAlign=top;align=center;outlineConnect=0;shape=mxgraph.cisco.servers.fileserver;fontFamily=Helvetica;fontSize=11;fontColor=default;labelBackgroundColor=default;" value="Server" vertex="1">
+           <mxGeometry height="42" width="29.13" x="120" y="92.87" as="geometry" />
+         </mxCell>
+         <mxCell id="mVMcnRNJooNBmQ9YAk_B-93" edge="1" parent="mVMcnRNJooNBmQ9YAk_B-88" source="mVMcnRNJooNBmQ9YAk_B-92" style="edgeStyle=none;shape=connector;rounded=0;orthogonalLoop=1;jettySize=auto;html=1;entryX=0.5;entryY=0.98;entryDx=0;entryDy=0;entryPerimeter=0;strokeColor=default;align=center;verticalAlign=middle;fontFamily=Helvetica;fontSize=11;fontColor=default;labelBackgroundColor=default;endArrow=none;endFill=0;" target="mVMcnRNJooNBmQ9YAk_B-89">
+           <mxGeometry relative="1" as="geometry" />
+         </mxCell>
+         <mxCell id="f7Ks8EoNQ2PZTetNXwv1-2549" edge="1" parent="1" source="mVMcnRNJooNBmQ9YAk_B-94" style="rounded=0;orthogonalLoop=1;jettySize=auto;html=1;entryX=0.16;entryY=0.55;entryDx=0;entryDy=0;entryPerimeter=0;strokeColor=default;endArrow=none;endFill=0;exitX=1;exitY=0;exitDx=0;exitDy=0;exitPerimeter=0;" target="f7Ks8EoNQ2PZTetNXwv1-2496">
          <mxGeometry relative="1" as="geometry" />
        </mxCell>
        <mxCell id="f7Ks8EoNQ2PZTetNXwv1-2551" edge="1" parent="1" source="mVMcnRNJooNBmQ9YAk_B-6" style="rounded=0;orthogonalLoop=1;jettySize=auto;html=1;entryX=0.96;entryY=0.7;entryDx=0;entryDy=0;entryPerimeter=0;endArrow=none;endFill=0;exitX=0.5;exitY=0;exitDx=0;exitDy=0;exitPerimeter=0;" target="f7Ks8EoNQ2PZTetNXwv1-2496">
          <mxGeometry relative="1" as="geometry">
-             <mxPoint x="710.5961685823756" y="230" as="sourcePoint" />
+             <mxPoint x="960.5961685823756" y="250" as="sourcePoint" />
          </mxGeometry>
        </mxCell>
      </root>
    </mxGraphModel>
  </diagram>
</mxfile>
